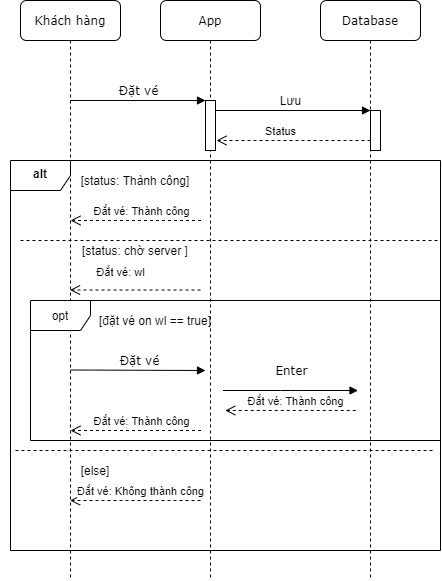
Earlier version of the draw.io export Sequence diagram.png (Ralpinn/Shoe-cleaning-web). Source tidied: cells renumbered, new cells last; positions are measured from the earlier drawing's top-left corner, leaving out a move shared by most shapes.
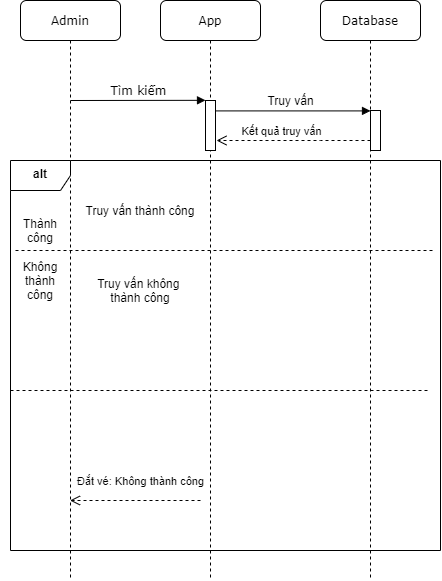
After the change.

What changed in the source:
```diff
@@ -14,10 +14,10 @@
     <mxCell id="5" style="html=1;points=[];perimeter=orthogonalPerimeter;rounded=0;shadow=0;comic=0;labelBackgroundColor=none;strokeWidth=1;fontFamily=Verdana;fontSize=12;align=center;" parent="4" vertex="1">
       <mxGeometry x="50" y="110" width="10" height="40" as="geometry" />
     </mxCell>
-    <mxCell id="6" value="Khách hàng" style="shape=umlLifeline;perimeter=lifelinePerimeter;whiteSpace=wrap;html=1;rounded=1;shadow=0;comic=0;labelBackgroundColor=none;strokeWidth=1;fontFamily=Verdana;fontSize=12;align=center;" parent="1" vertex="1">
+    <mxCell id="6" value="Admin" style="shape=umlLifeline;perimeter=lifelinePerimeter;whiteSpace=wrap;html=1;rounded=1;shadow=0;comic=0;labelBackgroundColor=none;strokeWidth=1;fontFamily=Verdana;fontSize=12;align=center;" parent="1" vertex="1">
       <mxGeometry x="20" width="100" height="580" as="geometry" />
     </mxCell>
-    <mxCell id="7" value="Đặt vé" style="html=1;verticalAlign=bottom;endArrow=block;entryX=0;entryY=0;labelBackgroundColor=none;fontFamily=Verdana;fontSize=12;edgeStyle=elbowEdgeStyle;elbow=vertical;" parent="1" edge="1" target="3">
+    <mxCell id="7" value="Tìm kiếm" style="html=1;verticalAlign=bottom;endArrow=block;entryX=0;entryY=0;labelBackgroundColor=none;fontFamily=Verdana;fontSize=12;edgeStyle=elbowEdgeStyle;elbow=vertical;" parent="1" edge="1" target="3">
       <mxGeometry x="0.01" relative="1" as="geometry">
         <mxPoint x="70" y="100" as="sourcePoint" />
       </mxGeometry>
@@ -25,10 +25,10 @@
     <mxCell id="8" style="html=1;verticalAlign=bottom;endArrow=block;entryX=0;entryY=0;labelBackgroundColor=none;fontFamily=Verdana;fontSize=12;edgeStyle=elbowEdgeStyle;elbow=vertical;" parent="1" edge="1" source="3" target="5">
       <mxGeometry relative="1" as="geometry" />
     </mxCell>
-    <mxCell id="9" value="Lưu" style="text;html=1;align=center;verticalAlign=middle;strokeColor=none;" parent="1" vertex="1">
-      <mxGeometry x="270" y="90" width="40" height="20" as="geometry" />
+    <mxCell id="9" value="Truy vấn" style="text;html=1;align=center;verticalAlign=middle;strokeColor=none;" parent="1" vertex="1">
+      <mxGeometry x="260" y="90" width="60" height="20" as="geometry" />
     </mxCell>
-    <mxCell id="10" value="Status" style="html=1;verticalAlign=bottom;endArrow=open;dashed=1;endSize=8;" parent="1" edge="1">
+    <mxCell id="10" value="Kết quả truy vấn" style="html=1;verticalAlign=bottom;endArrow=open;dashed=1;endSize=8;" parent="1" edge="1">
       <mxGeometry x="0.17" relative="1" as="geometry">
         <mxPoint x="370" y="140" as="sourcePoint" />
         <mxPoint x="216" y="140" as="targetPoint" />
@@ -40,77 +40,38 @@
     <mxCell id="11" value="&lt;font color=&quot;rgba(0, 0, 0, 0)&quot; face=&quot;monospace&quot;&gt;&lt;span style=&quot;font-size: 0px&quot;&gt;sd&lt;/span&gt;&lt;/font&gt;" style="shape=umlFrame;whiteSpace=wrap;html=1;" parent="1" vertex="1">
       <mxGeometry x="10" y="160" width="430" height="390" as="geometry" />
     </mxCell>
-    <mxCell id="12" value="[status: Thành công]" style="text;html=1;strokeColor=none;fillColor=none;align=center;verticalAlign=middle;whiteSpace=wrap;rounded=0;" parent="1" vertex="1">
-      <mxGeometry x="70" y="170" width="130" height="20" as="geometry" />
-    </mxCell>
-    <mxCell id="13" value="Đắt vé: Thành công" style="html=1;verticalAlign=bottom;endArrow=open;dashed=1;endSize=8;" parent="1" edge="1">
-      <mxGeometry x="-0.07" relative="1" as="geometry">
-        <mxPoint x="200.5" y="220" as="sourcePoint" />
-        <mxPoint x="70" y="220" as="targetPoint" />
-      </mxGeometry>
-    </mxCell>
-    <mxCell id="14" style="endArrow=none;dashed=1;html=1;" parent="1" edge="1">
-      <mxGeometry relative="1" as="geometry">
-        <mxPoint x="20" y="240" as="sourcePoint" />
-        <mxPoint x="440" y="240" as="targetPoint" />
-      </mxGeometry>
-    </mxCell>
-    <mxCell id="15" value="[status: chờ server ]" style="text;html=1;strokeColor=none;fillColor=none;align=center;verticalAlign=middle;whiteSpace=wrap;rounded=0;" parent="1" vertex="1">
-      <mxGeometry x="70" y="240" width="130" height="20" as="geometry" />
-    </mxCell>
-    <mxCell id="16" value="Đắt vé: wl" style="html=1;verticalAlign=bottom;endArrow=open;dashed=1;endSize=8;" parent="1" edge="1">
-      <mxGeometry x="0.23" y="-9" relative="1" as="geometry">
-        <mxPoint x="200" y="289.5" as="sourcePoint" />
-        <mxPoint x="69.5" y="289.5" as="targetPoint" />
-      </mxGeometry>
-    </mxCell>
     <mxCell id="17" style="endArrow=none;dashed=1;html=1;" parent="1" edge="1">
       <mxGeometry relative="1" as="geometry">
-        <mxPoint x="15" y="450" as="sourcePoint" />
-        <mxPoint x="435" y="450" as="targetPoint" />
+        <mxPoint x="10" y="390" as="sourcePoint" />
+        <mxPoint x="430" y="390" as="targetPoint" />
       </mxGeometry>
     </mxCell>
-    <mxCell id="18" value="[else]" style="text;html=1;strokeColor=none;fillColor=none;align=center;verticalAlign=middle;whiteSpace=wrap;rounded=0;" parent="1" vertex="1">
-      <mxGeometry x="30" y="460" width="130" height="20" as="geometry" />
-    </mxCell>
     <mxCell id="19" value="Đắt vé: Không thành công" style="html=1;verticalAlign=bottom;endArrow=open;dashed=1;endSize=8;" parent="1" edge="1">
-      <mxGeometry x="-0.07" relative="1" as="geometry">
+      <mxGeometry x="-0.08" y="-10" relative="1" as="geometry">
         <mxPoint x="200" y="500" as="sourcePoint" />
         <mxPoint x="69.5" y="500" as="targetPoint" />
       </mxGeometry>
     </mxCell>
-    <mxCell id="20" value="opt" style="shape=umlFrame;whiteSpace=wrap;html=1;" parent="1" vertex="1">
-      <mxGeometry x="30" y="300" width="410" height="140" as="geometry" />
-    </mxCell>
     <mxCell id="21" value="alt" style="text;align=center;fontStyle=1;verticalAlign=middle;spacingLeft=3;spacingRight=3;strokeColor=none;" parent="1" vertex="1">
       <mxGeometry y="160" width="80" height="26" as="geometry" />
     </mxCell>
-    <mxCell id="22" value="[đặt vé on wl == true]" style="text;html=1;strokeColor=none;fillColor=none;align=center;verticalAlign=middle;whiteSpace=wrap;rounded=0;" parent="1" vertex="1">
-      <mxGeometry x="90" y="310" width="130" height="20" as="geometry" />
-    </mxCell>
-    <mxCell id="23" value="Đặt vé" style="html=1;verticalAlign=bottom;endArrow=block;entryX=0;entryY=0;labelBackgroundColor=none;fontFamily=Verdana;fontSize=12;edgeStyle=elbowEdgeStyle;elbow=vertical;" parent="1" edge="1">
-      <mxGeometry x="0.01" relative="1" as="geometry">
-        <mxPoint x="70" y="369.5" as="sourcePoint" />
-        <mxPoint x="205" y="369.5" as="targetPoint" />
-      </mxGeometry>
-    </mxCell>
-    <mxCell id="24" value="Đắt vé: Thành công" style="html=1;verticalAlign=bottom;endArrow=open;dashed=1;endSize=8;" parent="1" edge="1">
-      <mxGeometry x="-0.07" relative="1" as="geometry">
-        <mxPoint x="200.5" y="430" as="sourcePoint" />
-        <mxPoint x="70" y="430" as="targetPoint" />
-      </mxGeometry>
-    </mxCell>
-    <mxCell id="25" value="Enter" style="html=1;verticalAlign=bottom;endArrow=block;entryX=0;entryY=0;labelBackgroundColor=none;fontFamily=Verdana;fontSize=12;edgeStyle=elbowEdgeStyle;elbow=vertical;" parent="1" edge="1">
-      <mxGeometry y="10" relative="1" as="geometry">
-        <mxPoint x="222.5" y="390" as="sourcePoint" />
-        <mxPoint x="357.5" y="390" as="targetPoint" />
-      </mxGeometry>
-    </mxCell>
-    <mxCell id="26" value="Đắt vé: Thành công" style="html=1;verticalAlign=bottom;endArrow=open;dashed=1;endSize=8;" parent="1" edge="1">
-      <mxGeometry x="-0.07" relative="1" as="geometry">
-        <mxPoint x="355.2" y="410" as="sourcePoint" />
-        <mxPoint x="224.8" y="410" as="targetPoint" />
-      </mxGeometry>
-    </mxCell>
+    <mxCell id="27" value="Truy vấn thành công" style="text;html=1;strokeColor=none;fillColor=none;align=center;verticalAlign=middle;whiteSpace=wrap;rounded=0;" parent="1" vertex="1">
+      <mxGeometry x="80" y="200" width="120" height="20" as="geometry" />
+    </mxCell>
+    <mxCell id="28" style="endArrow=none;dashed=1;html=1;" parent="1" edge="1">
+      <mxGeometry relative="1" as="geometry">
+        <mxPoint x="15" y="250" as="sourcePoint" />
+        <mxPoint x="435" y="250" as="targetPoint" />
+      </mxGeometry>
+    </mxCell>
+    <mxCell id="29" value="Thành công" style="text;html=1;strokeColor=none;fillColor=none;align=center;verticalAlign=middle;whiteSpace=wrap;rounded=0;" parent="1" vertex="1">
+      <mxGeometry x="20" y="220" width="40" height="20" as="geometry" />
+    </mxCell>
+    <mxCell id="30" value="Không thành công" style="text;html=1;strokeColor=none;fillColor=none;align=center;verticalAlign=middle;whiteSpace=wrap;rounded=0;" parent="1" vertex="1">
+      <mxGeometry x="20" y="270" width="40" height="20" as="geometry" />
+    </mxCell>
+    <mxCell id="31" value="Truy vấn không&amp;nbsp; thành công" style="text;html=1;strokeColor=none;fillColor=none;align=center;verticalAlign=middle;whiteSpace=wrap;rounded=0;" parent="1" vertex="1">
+      <mxGeometry x="80" y="280" width="120" height="20" as="geometry" />
+    </mxCell>
   </root>
 </mxGraphModel>
```
